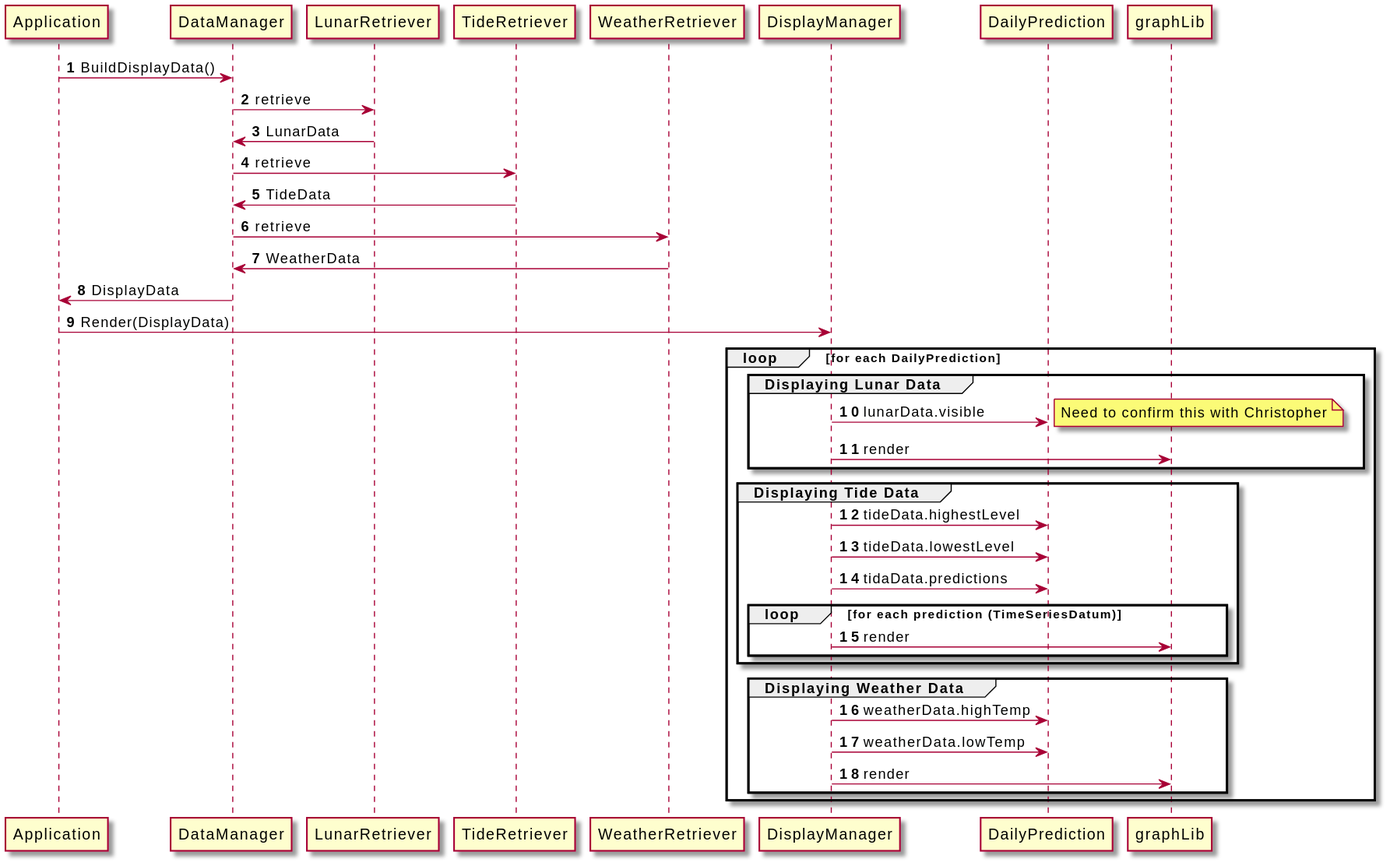
Above: docs/DisplayUpdateSequence.svg in ciroque/tidal (PlantUML), before the change.
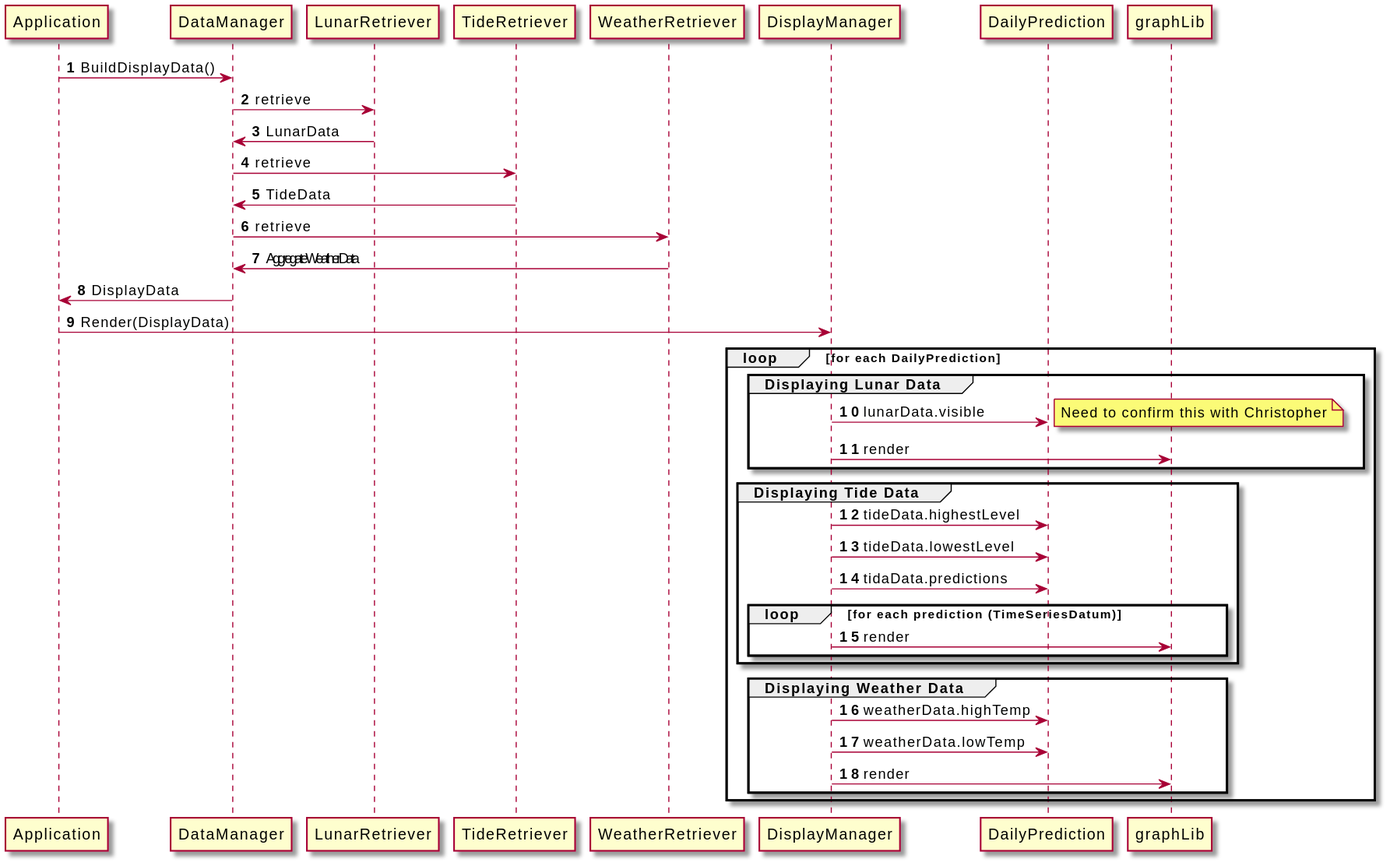
After the commit.

The edit, as a diff of the source:
```diff
@@ -11,7 +11,7 @@
 DataManager <- TideRetriever : TideData
 
 DataManager -> WeatherRetriever : retrieve
-DataManager <- WeatherRetriever : WeatherData
+DataManager <- WeatherRetriever : AggregateWeatherData
 
 Application <- DataManager : DisplayData
 
```
